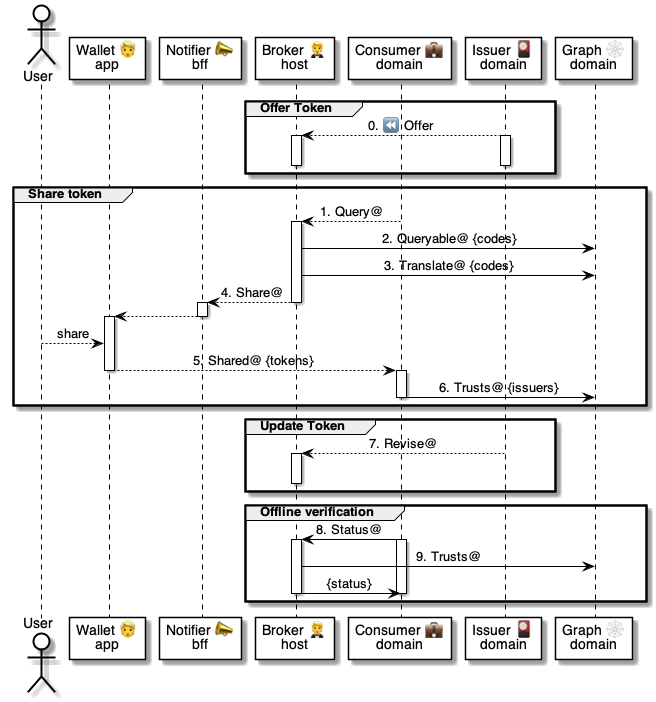
pollyweb-org/pollyweb-docs keeps this PlantUML diagram as 5 ⏩ Flows/20 💼⏩ Consumers/.📎 Assets/⚙️ Query Token.png. Above is the earlier version. Its source is kept beside it as 5 ⏩ Flows/20 💼⏩ Consumers/.📎 Assets/⚙️ Query Token.puml.
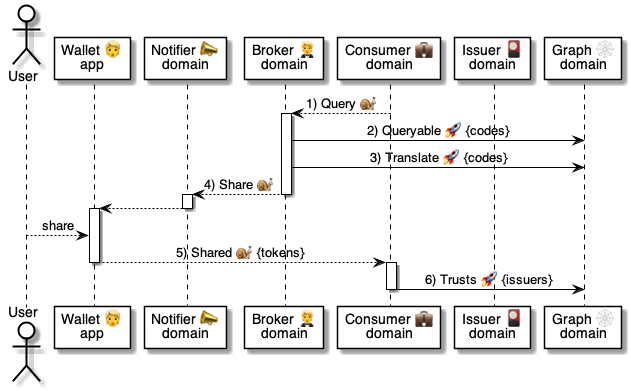
After the commit.

Change to the diagram source:
```diff
@@ -3,30 +3,20 @@
 
 actor User as user
 participant "Wallet 👱\napp" as wallet
-participant "Notifier 📣\nbff" as notifier
-participant "Broker 🤵\nhost" as broker
+participant "Notifier 📣\ndomain" as notifier
+participant "Broker 🤵\ndomain" as broker
 participant "Consumer 💼\ndomain" as consumer
 participant "Issuer 🎴\ndomain" as issuer
 participant "Graph 🕸\ndomain" as graph
 
 
-group Offer Token
-    issuer --> broker: 0. ⏪ Offer
-    activate broker
-    activate issuer
-    deactivate broker
-    deactivate issuer
-end group
 
-
-group Share token
-
-    consumer --> broker: 1. Query@
+    consumer --> broker: 1) Query 🐌
 
     activate broker
-        broker -> graph: 2. Queryable@ {codes}
-        broker -> graph: 3. Translate@ {codes}
-        broker --> notifier: 4. Share@
+        broker -> graph: 2) Queryable 🚀 {codes}
+        broker -> graph: 3) Translate 🚀 {codes}
+        broker --> notifier: 4) Share 🐌
     deactivate broker
 
     activate notifier
@@ -35,33 +25,13 @@
 
     activate wallet
         user --> wallet: share
-        wallet --> consumer: 5. Shared@ {tokens}
+        wallet --> consumer: 5) Shared 🐌 {tokens}
     deactivate wallet
 
     activate consumer
-        consumer -> graph: 6. Trusts@ {issuers}
+        consumer -> graph: 6) Trusts 🚀 {issuers}
     deactivate consumer
 
-end group
 
-group Update Token
-    issuer --> broker: 7. Revise@
-    activate broker
-    deactivate broker
-end group
-
-group Offline verification
-
-    consumer -> broker: 8. Status@
-
-    activate broker
-    activate consumer
-        broker -> graph: 9. Trusts@
-        broker -> consumer: {status}
-    deactivate broker
-
-    deactivate consumer
-
-end group
 
 @enduml
```
